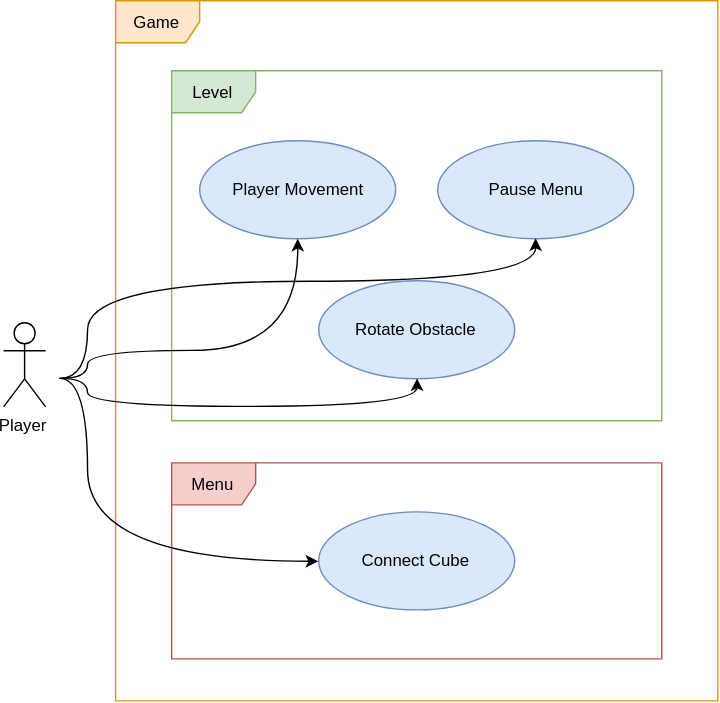
GyroInc/gyrogame-unity keeps this draw.io diagram as Documentation/OUCD.svg. Above is the earlier version. Source tidied: cells renumbered, new cells last; positions are measured from the earlier drawing's top-left corner, leaving out a move shared by most shapes. Its diagram source:
```xml
<mxGraphModel background="#ffffff">
  <root>
    <mxCell id="0" />
    <mxCell id="1" parent="0" />
    <mxCell id="2" value="Game" style="shape=umlFrame;whiteSpace=wrap;html=1;fillColor=#ffe6cc;strokeColor=#d79b00;" parent="1" vertex="1">
      <mxGeometry x="80" width="430" height="500" as="geometry" />
    </mxCell>
    <mxCell id="3" value="Menu" style="shape=umlFrame;whiteSpace=wrap;html=1;fillColor=#f8cecc;strokeColor=#b85450;" parent="1" vertex="1">
      <mxGeometry x="120" y="330" width="350" height="140" as="geometry" />
    </mxCell>
    <mxCell id="4" value="Level" style="shape=umlFrame;whiteSpace=wrap;html=1;fillColor=#d5e8d4;strokeColor=#82b366;" parent="1" vertex="1">
      <mxGeometry x="120" y="50" width="350" height="250" as="geometry" />
    </mxCell>
    <mxCell id="5" value="Player" style="shape=umlActor;verticalLabelPosition=bottom;labelBackgroundColor=#ffffff;verticalAlign=top;html=1;" parent="1" vertex="1">
      <mxGeometry y="230" width="30" height="60" as="geometry" />
    </mxCell>
    <mxCell id="6" value="Player Movement" style="ellipse;whiteSpace=wrap;html=1;fillColor=#dae8fc;strokeColor=#6c8ebf;" parent="1" vertex="1">
      <mxGeometry x="140" y="100" width="140" height="70" as="geometry" />
    </mxCell>
    <mxCell id="7" value="Pause Menu" style="ellipse;whiteSpace=wrap;html=1;fillColor=#dae8fc;strokeColor=#6c8ebf;" parent="1" vertex="1">
      <mxGeometry x="310" y="100" width="140" height="70" as="geometry" />
    </mxCell>
    <mxCell id="8" value="Connect Cube" style="ellipse;whiteSpace=wrap;html=1;fillColor=#dae8fc;strokeColor=#6c8ebf;" parent="1" vertex="1">
      <mxGeometry x="225" y="365" width="140" height="70" as="geometry" />
    </mxCell>
    <mxCell id="9" value="Rotate Obstacle" style="ellipse;whiteSpace=wrap;html=1;fillColor=#dae8fc;strokeColor=#6c8ebf;" parent="1" vertex="1">
      <mxGeometry x="225" y="200" width="140" height="70" as="geometry" />
    </mxCell>
    <mxCell id="10" style="rounded=0;jettySize=auto;html=1;entryX=0;entryY=0.5;entryDx=0;entryDy=0;edgeStyle=orthogonalEdgeStyle;curved=1;" parent="1" edge="1" target="8">
      <mxGeometry relative="1" as="geometry">
        <mxPoint x="40" y="270" as="sourcePoint" />
        <Array as="points">
          <mxPoint x="60" y="270" />
          <mxPoint x="60" y="400" />
        </Array>
      </mxGeometry>
    </mxCell>
    <mxCell id="11" style="rounded=0;jettySize=auto;html=1;edgeStyle=orthogonalEdgeStyle;curved=1;" parent="1" edge="1" target="6">
      <mxGeometry relative="1" as="geometry">
        <mxPoint x="40" y="270" as="sourcePoint" />
        <Array as="points">
          <mxPoint x="60" y="270" />
          <mxPoint x="60" y="250" />
          <mxPoint x="210" y="250" />
        </Array>
      </mxGeometry>
    </mxCell>
    <mxCell id="12" style="rounded=0;jettySize=auto;html=1;edgeStyle=orthogonalEdgeStyle;entryX=0.5;entryY=1;entryDx=0;entryDy=0;curved=1;" parent="1" edge="1" target="9">
      <mxGeometry relative="1" as="geometry">
        <mxPoint x="40" y="270" as="sourcePoint" />
        <Array as="points">
          <mxPoint x="60" y="270" />
          <mxPoint x="60" y="290" />
          <mxPoint x="295" y="290" />
        </Array>
      </mxGeometry>
    </mxCell>
    <mxCell id="13" style="rounded=0;jettySize=auto;html=1;edgeStyle=orthogonalEdgeStyle;entryX=0.5;entryY=1;entryDx=0;entryDy=0;curved=1;" parent="1" edge="1" target="7">
      <mxGeometry relative="1" as="geometry">
        <mxPoint x="40" y="270" as="sourcePoint" />
        <Array as="points">
          <mxPoint x="60" y="270" />
          <mxPoint x="60" y="200" />
          <mxPoint x="380" y="200" />
        </Array>
      </mxGeometry>
    </mxCell>
  </root>
</mxGraphModel>
```
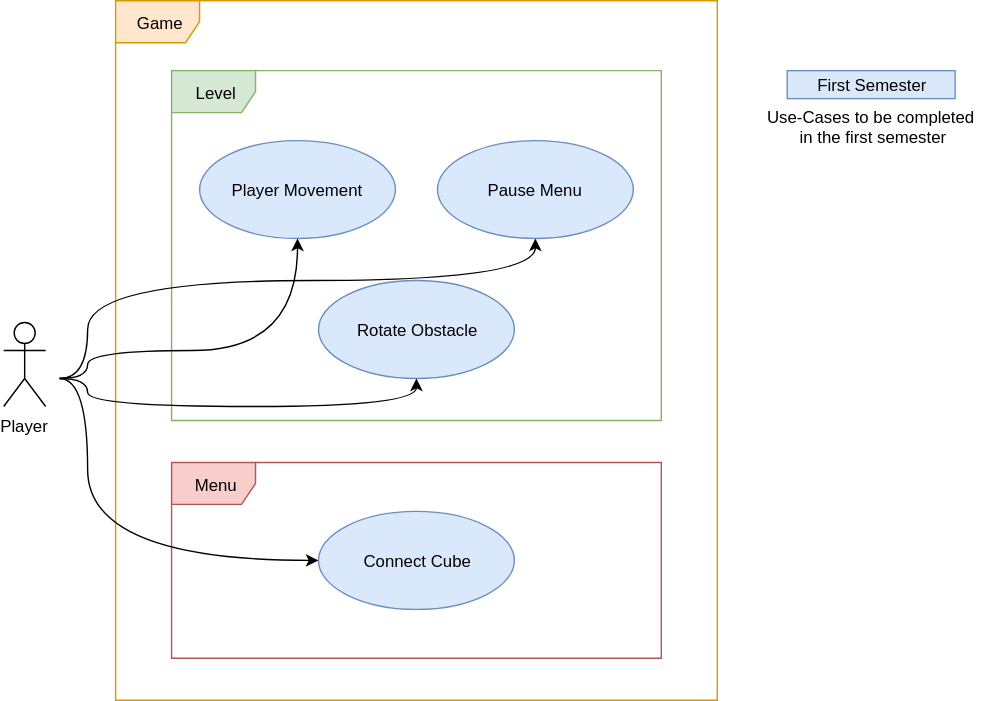
The same diagram one commit later.

Change to the diagram source:
```diff
@@ -65,5 +65,11 @@
         </Array>
       </mxGeometry>
     </mxCell>
+    <mxCell id="14" value="First Semester" style="rounded=0;whiteSpace=wrap;html=1;fillColor=#dae8fc;strokeColor=#6c8ebf;" parent="1" vertex="1">
+      <mxGeometry x="560" y="50" width="120" height="20" as="geometry" />
+    </mxCell>
+    <mxCell id="15" value="Use-Cases to be completed&lt;br&gt;&amp;nbsp;in the first semester" style="text;html=1;align=center;verticalAlign=middle;" parent="1" vertex="1">
+      <mxGeometry x="540" y="75" width="160" height="30" as="geometry" />
+    </mxCell>
   </root>
 </mxGraphModel>
```
